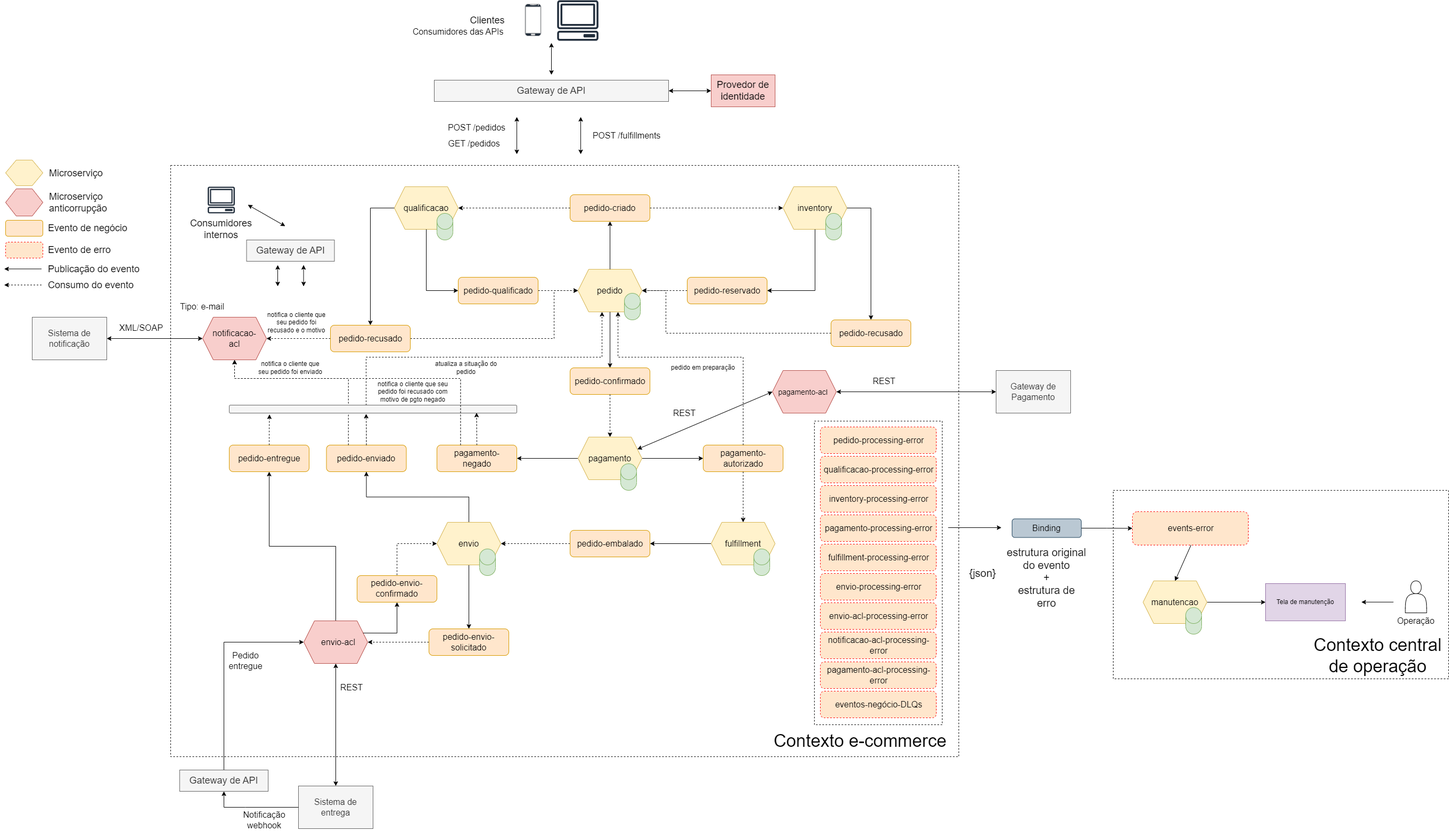
This is cap10/imagens/diagrama-coreografia-eventos.png from rpicanco/livro-eda, a draw.io export, as it was before one commit. Source tidied: cells renumbered, new cells last; positions are measured from the earlier drawing's top-left corner, leaving out a move shared by most shapes.
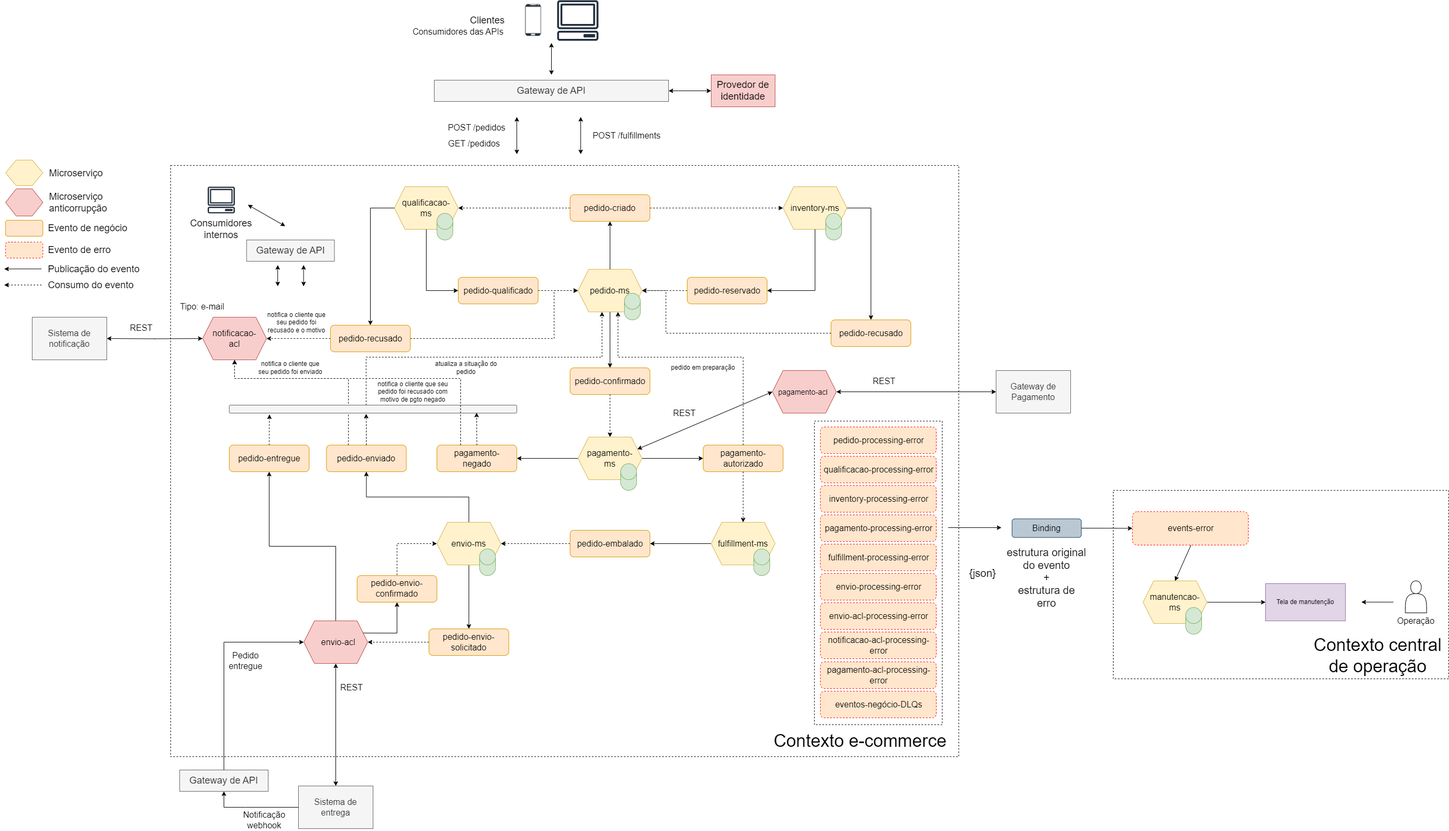
After the change.

Change to the diagram source:
```diff
@@ -20,7 +20,7 @@
     <mxCell id="7" style="shape=hexagon;perimeter=hexagonPerimeter2;whiteSpace=wrap;html=1;fixedSize=1;fillColor=#fff2cc;strokeColor=#d6b656;" parent="1" vertex="1">
       <mxGeometry x="812" y="980" width="120" height="80" as="geometry" />
     </mxCell>
-    <mxCell id="8" value="envio" style="text;html=1;strokeColor=none;fillColor=none;align=center;verticalAlign=middle;whiteSpace=wrap;rounded=0;fontSize=16;" parent="1" vertex="1">
+    <mxCell id="8" value="envio-ms" style="text;html=1;strokeColor=none;fillColor=none;align=center;verticalAlign=middle;whiteSpace=wrap;rounded=0;fontSize=16;" parent="1" vertex="1">
       <mxGeometry x="832" y="995" width="80" height="50" as="geometry" />
     </mxCell>
     <mxCell id="9" style="shape=cylinder3;whiteSpace=wrap;html=1;boundedLbl=1;backgroundOutline=1;size=15;fontSize=18;fillColor=#d5e8d4;strokeColor=#82b366;" parent="1" vertex="1">
@@ -50,7 +50,7 @@
     <mxCell id="17" style="shape=hexagon;perimeter=hexagonPerimeter2;whiteSpace=wrap;html=1;fixedSize=1;fillColor=#fff2cc;strokeColor=#d6b656;" parent="1" vertex="1">
       <mxGeometry x="1077" y="820" width="120" height="80" as="geometry" />
     </mxCell>
-    <mxCell id="18" value="pagamento" style="text;html=1;strokeColor=none;fillColor=none;align=center;verticalAlign=middle;whiteSpace=wrap;rounded=0;fontSize=16;" parent="1" vertex="1">
+    <mxCell id="18" value="pagamento-ms" style="text;html=1;strokeColor=none;fillColor=none;align=center;verticalAlign=middle;whiteSpace=wrap;rounded=0;fontSize=16;" parent="1" vertex="1">
       <mxGeometry x="1098.2" y="835" width="77.5" height="50" as="geometry" />
     </mxCell>
     <mxCell id="19" style="shape=cylinder3;whiteSpace=wrap;html=1;boundedLbl=1;backgroundOutline=1;size=15;fontSize=18;fillColor=#d5e8d4;strokeColor=#82b366;" parent="1" vertex="1">
@@ -86,7 +86,7 @@
     <mxCell id="28" style="shape=hexagon;perimeter=hexagonPerimeter2;whiteSpace=wrap;html=1;fixedSize=1;fillColor=#fff2cc;strokeColor=#d6b656;" parent="1" vertex="1">
       <mxGeometry x="1327" y="980" width="120" height="80" as="geometry" />
     </mxCell>
-    <mxCell id="29" value="fulfillment" style="text;html=1;strokeColor=none;fillColor=none;align=center;verticalAlign=middle;whiteSpace=wrap;rounded=0;fontSize=16;" parent="1" vertex="1">
+    <mxCell id="29" value="fulfillment-ms" style="text;html=1;strokeColor=none;fillColor=none;align=center;verticalAlign=middle;whiteSpace=wrap;rounded=0;fontSize=16;" parent="1" vertex="1">
       <mxGeometry x="1337" y="995" width="100" height="50" as="geometry" />
     </mxCell>
     <mxCell id="30" style="shape=cylinder3;whiteSpace=wrap;html=1;boundedLbl=1;backgroundOutline=1;size=15;fontSize=18;fillColor=#d5e8d4;strokeColor=#82b366;" parent="1" vertex="1">
@@ -260,7 +260,7 @@
     <mxCell id="82" style="shape=hexagon;perimeter=hexagonPerimeter2;whiteSpace=wrap;html=1;fixedSize=1;fillColor=#fff2cc;strokeColor=#d6b656;" parent="1" vertex="1">
       <mxGeometry x="2138" y="1090" width="120" height="80" as="geometry" />
     </mxCell>
-    <mxCell id="83" value="manutencao" style="text;html=1;strokeColor=none;fillColor=none;align=center;verticalAlign=middle;whiteSpace=wrap;rounded=0;fontSize=16;" parent="1" vertex="1">
+    <mxCell id="83" value="manutencao-ms" style="text;html=1;strokeColor=none;fillColor=none;align=center;verticalAlign=middle;whiteSpace=wrap;rounded=0;fontSize=16;" parent="1" vertex="1">
       <mxGeometry x="2148" y="1105" width="100" height="50" as="geometry" />
     </mxCell>
     <mxCell id="84" style="shape=cylinder3;whiteSpace=wrap;html=1;boundedLbl=1;backgroundOutline=1;size=15;fontSize=18;fillColor=#d5e8d4;strokeColor=#82b366;" parent="1" vertex="1">
@@ -284,7 +284,7 @@
     <mxCell id="89" style="shape=hexagon;perimeter=hexagonPerimeter2;whiteSpace=wrap;html=1;fixedSize=1;fillColor=#fff2cc;strokeColor=#d6b656;" parent="88" vertex="1">
       <mxGeometry y="5" width="120" height="80" as="geometry" />
     </mxCell>
-    <mxCell id="90" value="pedido" style="text;html=1;strokeColor=none;fillColor=none;align=center;verticalAlign=middle;whiteSpace=wrap;rounded=0;fontSize=16;" parent="88" vertex="1">
+    <mxCell id="90" value="pedido-ms" style="text;html=1;strokeColor=none;fillColor=none;align=center;verticalAlign=middle;whiteSpace=wrap;rounded=0;fontSize=16;" parent="88" vertex="1">
       <mxGeometry x="20.2" y="30" width="79.5" height="30" as="geometry" />
     </mxCell>
     <mxCell id="91" style="shape=cylinder3;whiteSpace=wrap;html=1;boundedLbl=1;backgroundOutline=1;size=15;fontSize=18;fillColor=#d5e8d4;strokeColor=#82b366;" parent="88" vertex="1">
@@ -305,7 +305,7 @@
     <mxCell id="95" style="shape=hexagon;perimeter=hexagonPerimeter2;whiteSpace=wrap;html=1;fixedSize=1;fillColor=#fff2cc;strokeColor=#d6b656;" parent="94" vertex="1">
       <mxGeometry width="120" height="80" as="geometry" />
     </mxCell>
-    <mxCell id="96" value="qualificacao" style="text;html=1;strokeColor=none;fillColor=none;align=center;verticalAlign=middle;whiteSpace=wrap;rounded=0;fontSize=16;" parent="94" vertex="1">
+    <mxCell id="96" value="qualificacao-ms" style="text;html=1;strokeColor=none;fillColor=none;align=center;verticalAlign=middle;whiteSpace=wrap;rounded=0;fontSize=16;" parent="94" vertex="1">
       <mxGeometry x="10" y="15" width="100" height="50" as="geometry" />
     </mxCell>
     <mxCell id="97" style="shape=cylinder3;whiteSpace=wrap;html=1;boundedLbl=1;backgroundOutline=1;size=15;fontSize=18;fillColor=#d5e8d4;strokeColor=#82b366;" parent="94" vertex="1">
@@ -323,7 +323,7 @@
     <mxCell id="101" style="shape=hexagon;perimeter=hexagonPerimeter2;whiteSpace=wrap;html=1;fixedSize=1;fillColor=#fff2cc;strokeColor=#d6b656;" parent="100" vertex="1">
       <mxGeometry width="120" height="80" as="geometry" />
     </mxCell>
-    <mxCell id="102" value="inventory" style="text;html=1;strokeColor=none;fillColor=none;align=center;verticalAlign=middle;whiteSpace=wrap;rounded=0;fontSize=16;" parent="100" vertex="1">
+    <mxCell id="102" value="inventory-ms" style="text;html=1;strokeColor=none;fillColor=none;align=center;verticalAlign=middle;whiteSpace=wrap;rounded=0;fontSize=16;" parent="100" vertex="1">
       <mxGeometry x="10" y="15" width="100" height="50" as="geometry" />
     </mxCell>
     <mxCell id="103" style="shape=cylinder3;whiteSpace=wrap;html=1;boundedLbl=1;backgroundOutline=1;size=15;fontSize=18;fillColor=#d5e8d4;strokeColor=#82b366;" parent="100" vertex="1">
@@ -451,7 +451,7 @@
     <mxCell id="136" value="&lt;font style=&quot;font-size: 16px;&quot;&gt;Sistema de notificação&lt;/font&gt;" style="rounded=0;whiteSpace=wrap;html=1;fillColor=#f5f5f5;fontColor=#333333;strokeColor=#666666;" parent="1" vertex="1">
       <mxGeometry x="52" y="595" width="140" height="80" as="geometry" />
     </mxCell>
-    <mxCell id="137" value="&lt;font style=&quot;font-size: 16px;&quot;&gt;XML/SOAP&lt;/font&gt;" style="text;html=1;strokeColor=none;fillColor=none;align=center;verticalAlign=middle;whiteSpace=wrap;rounded=0;" parent="1" vertex="1">
+    <mxCell id="137" value="&lt;font style=&quot;font-size: 16px;&quot;&gt;REST&lt;/font&gt;" style="text;html=1;strokeColor=none;fillColor=none;align=center;verticalAlign=middle;whiteSpace=wrap;rounded=0;" parent="1" vertex="1">
       <mxGeometry x="212" y="600" width="90" height="30" as="geometry" />
     </mxCell>
     <mxCell id="138" value="&lt;font style=&quot;font-size: 16px;&quot;&gt;Pedido entregue&lt;/font&gt;" style="text;html=1;strokeColor=none;fillColor=none;align=center;verticalAlign=middle;whiteSpace=wrap;rounded=0;" parent="1" vertex="1">
```
